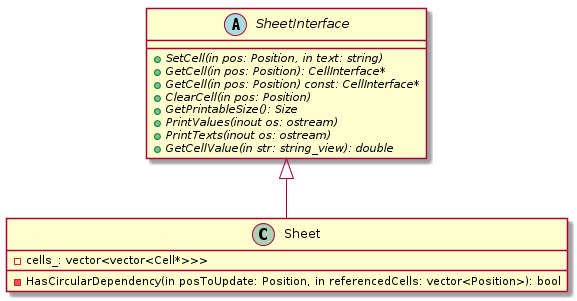
Above: uml/png/sheet.png in kazarynau/YandexPraktikumFinal (PlantUML), before the change.
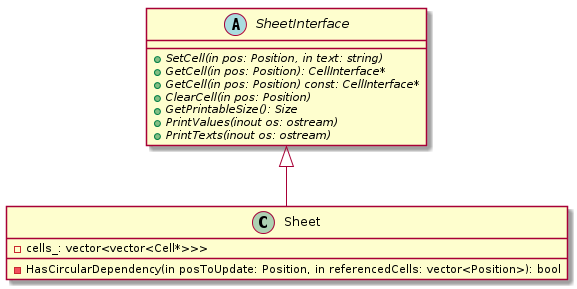
After the commit.

The edit, as a diff of the source:
```diff
@@ -8,7 +8,6 @@
     +{abstract} GetPrintableSize(): Size
     +{abstract} PrintValues(inout os: ostream)
     +{abstract} PrintTexts(inout os: ostream)
-    +{abstract} GetCellValue(in str: string_view): double
 }
 
 class Sheet {
```
